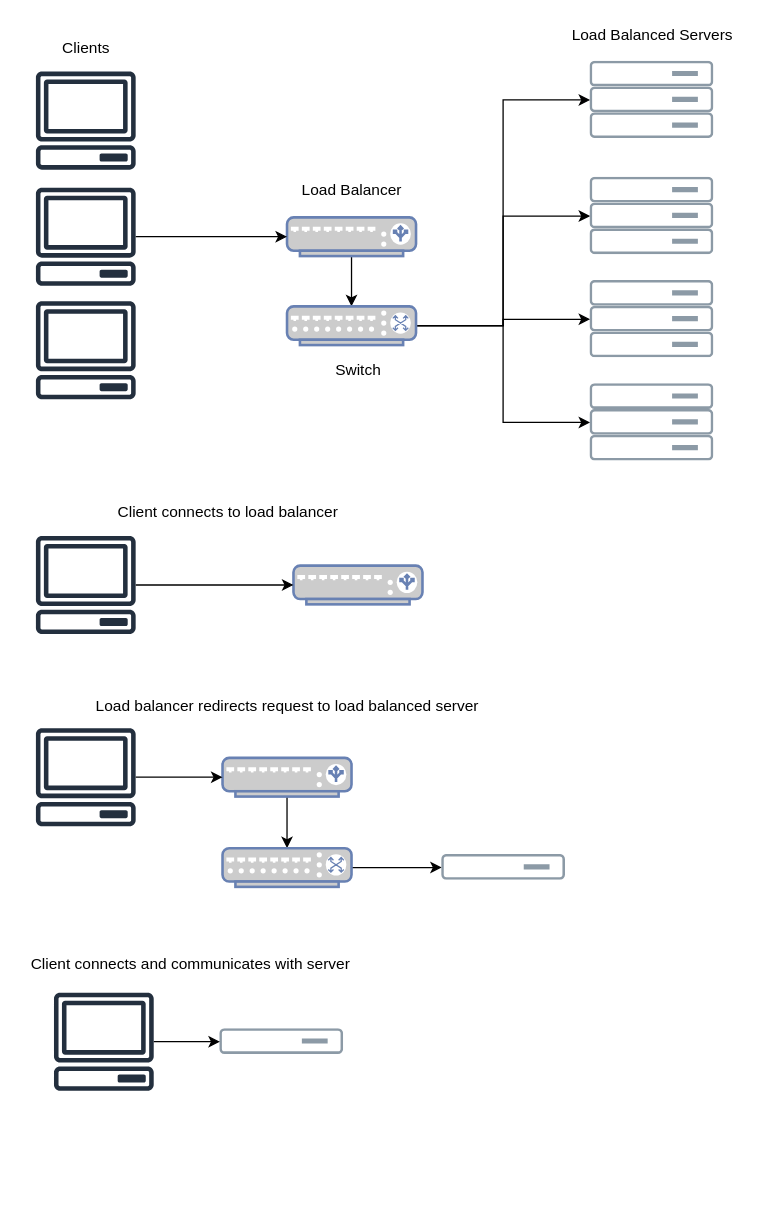
Above: drawings/ourImplementation.drawio in Stygain/virtualizing-gridlock-throughput-opinion (draw.io), before the change. Source tidied: cells renumbered, new cells numbered last; positions are measured from the earlier drawing's top-left corner, leaving out a move shared by most shapes. Both pictures are drawn from the tidied source at 129%, with x=0, y=0 at pixel (22, 22).
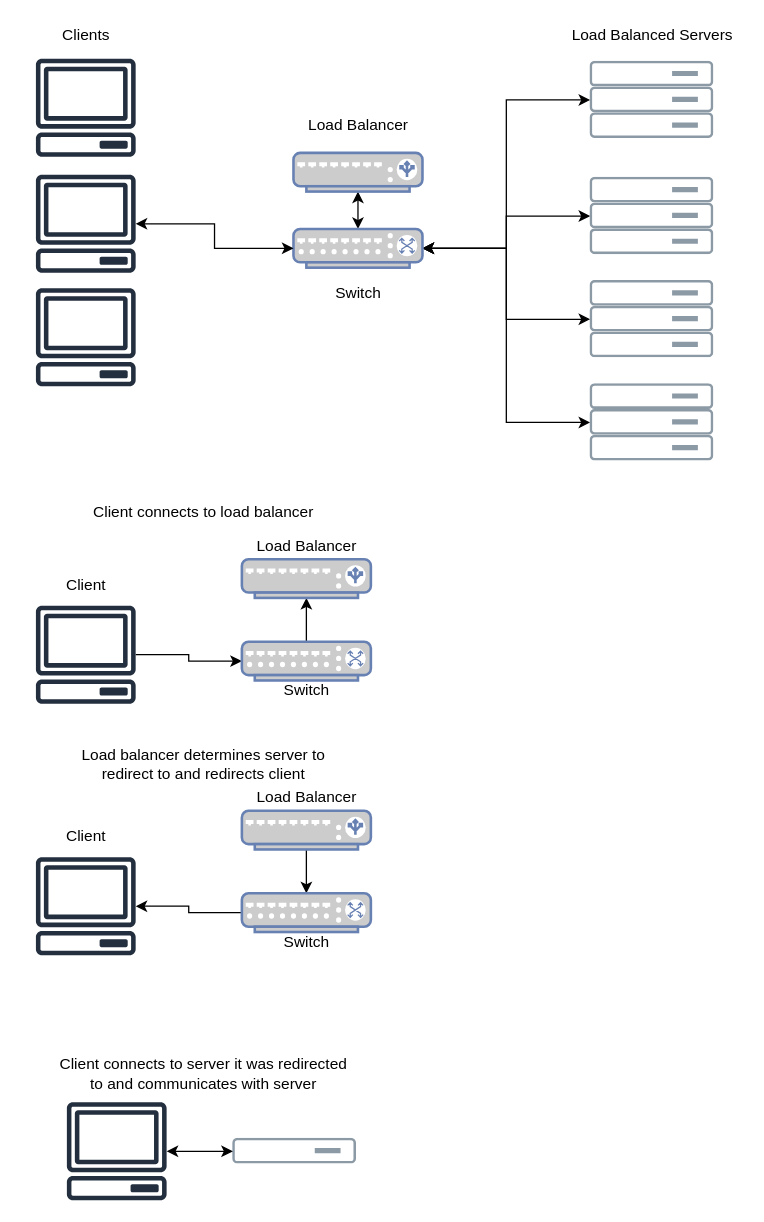
After the change.

Unchanged cells that the change refers to:
```xml
<mxCell id="11" style="perimeter=ellipsePerimeter;html=1;align=center;fontSize=12;verticalAlign=top;fontColor=#364149;shadow=0;dashed=0;image;image=img/lib/cumulus/server_bare_metal.svg;" parent="9" vertex="1">
  <mxGeometry y="20" width="96" height="20" as="geometry" />
</mxCell>
<mxCell id="15" style="perimeter=ellipsePerimeter;html=1;align=center;fontSize=12;verticalAlign=top;fontColor=#364149;shadow=0;dashed=0;image;image=img/lib/cumulus/server_bare_metal.svg;" parent="13" vertex="1">
  <mxGeometry y="20" width="96" height="20" as="geometry" />
</mxCell>
<mxCell id="19" style="perimeter=ellipsePerimeter;html=1;align=center;fontSize=12;verticalAlign=top;fontColor=#364149;shadow=0;dashed=0;image;image=img/lib/cumulus/server_bare_metal.svg;" parent="17" vertex="1">
  <mxGeometry y="20" width="96" height="20" as="geometry" />
</mxCell>
<mxCell id="23" style="perimeter=ellipsePerimeter;html=1;align=center;fontSize=12;verticalAlign=top;fontColor=#364149;shadow=0;dashed=0;image;image=img/lib/cumulus/server_bare_metal.svg;" parent="21" vertex="1">
  <mxGeometry y="20" width="96" height="20" as="geometry" />
</mxCell>
<mxCell id="28" style="outlineConnect=0;fontColor=#232F3E;gradientColor=none;fillColor=#232F3E;strokeColor=none;dashed=0;verticalLabelPosition=bottom;verticalAlign=top;align=center;html=1;fontSize=12;fontStyle=0;shape=mxgraph.aws4.client;" parent="26" vertex="1">
  <mxGeometry y="90" width="78" height="76" as="geometry" />
</mxCell>
<mxCell id="51" style="perimeter=ellipsePerimeter;html=1;align=center;fontSize=12;verticalAlign=top;fontColor=#364149;shadow=0;dashed=0;image;image=img/lib/cumulus/server_bare_metal.svg;" parent="50" vertex="1">
  <mxGeometry x="14" y="40" width="96" height="20" as="geometry" />
</mxCell>
```

Change to the diagram source:
```diff
@@
-    <mxCell id="2" style="edgeStyle=orthogonalEdgeStyle;rounded=0;jettySize=auto;html=1;exitX=0.5;exitY=1;exitDx=0;exitDy=0;exitPerimeter=0;entryX=0.5;entryY=0;entryDx=0;entryDy=0;entryPerimeter=0;" parent="1" edge="1" source="3" target="8">
+    <mxCell id="2" style="edgeStyle=orthogonalEdgeStyle;rounded=0;jettySize=auto;html=1;exitX=0.5;exitY=1;exitDx=0;exitDy=0;exitPerimeter=0;entryX=0.5;entryY=0;entryDx=0;entryDy=0;entryPerimeter=0;startArrow=classic;startFill=1;" parent="1" edge="1" source="3" target="8">
       <mxGeometry relative="1" as="geometry" />
     </mxCell>
     <mxCell id="3" style="fontColor=#0066CC;verticalAlign=top;verticalLabelPosition=bottom;labelPosition=center;align=center;html=1;outlineConnect=0;fillColor=#CCCCCC;strokeColor=#6881B3;gradientColor=none;gradientDirection=north;strokeWidth=2;shape=mxgraph.networks.load_balancer;" parent="1" vertex="1">
-      <mxGeometry x="205" y="151" width="100" height="30" as="geometry" />
+      <mxGeometry x="210" y="101" width="100" height="30" as="geometry" />
     </mxCell>
-    <mxCell id="4" style="edgeStyle=orthogonalEdgeStyle;rounded=0;jettySize=auto;html=1;exitX=1;exitY=0.5;exitDx=0;exitDy=0;exitPerimeter=0;entryX=0;entryY=0.5;entryDx=0;entryDy=0;" parent="1" edge="1" source="8" target="11">
+    <mxCell id="4" style="edgeStyle=orthogonalEdgeStyle;rounded=0;jettySize=auto;html=1;exitX=1;exitY=0.5;exitDx=0;exitDy=0;exitPerimeter=0;entryX=0;entryY=0.5;entryDx=0;entryDy=0;startArrow=classic;startFill=1;" parent="1" edge="1" source="8" target="11">
       <mxGeometry relative="1" as="geometry" />
     </mxCell>
-    <mxCell id="5" style="edgeStyle=orthogonalEdgeStyle;rounded=0;jettySize=auto;html=1;exitX=1;exitY=0.5;exitDx=0;exitDy=0;exitPerimeter=0;entryX=0;entryY=0.5;entryDx=0;entryDy=0;" parent="1" edge="1" source="8" target="15">
+    <mxCell id="5" style="edgeStyle=orthogonalEdgeStyle;rounded=0;jettySize=auto;html=1;exitX=1;exitY=0.5;exitDx=0;exitDy=0;exitPerimeter=0;entryX=0;entryY=0.5;entryDx=0;entryDy=0;startArrow=classic;startFill=1;" parent="1" edge="1" source="8" target="15">
       <mxGeometry relative="1" as="geometry" />
     </mxCell>
-    <mxCell id="6" style="edgeStyle=orthogonalEdgeStyle;rounded=0;jettySize=auto;html=1;exitX=1;exitY=0.5;exitDx=0;exitDy=0;exitPerimeter=0;entryX=0;entryY=0.5;entryDx=0;entryDy=0;" parent="1" edge="1" source="8" target="19">
+    <mxCell id="6" style="edgeStyle=orthogonalEdgeStyle;rounded=0;jettySize=auto;html=1;exitX=1;exitY=0.5;exitDx=0;exitDy=0;exitPerimeter=0;entryX=0;entryY=0.5;entryDx=0;entryDy=0;startArrow=classic;startFill=1;" parent="1" edge="1" source="8" target="19">
       <mxGeometry relative="1" as="geometry" />
     </mxCell>
-    <mxCell id="7" style="edgeStyle=orthogonalEdgeStyle;rounded=0;jettySize=auto;html=1;exitX=1;exitY=0.5;exitDx=0;exitDy=0;exitPerimeter=0;entryX=0;entryY=0.5;entryDx=0;entryDy=0;" parent="1" edge="1" source="8" target="23">
+    <mxCell id="7" style="edgeStyle=orthogonalEdgeStyle;rounded=0;jettySize=auto;html=1;exitX=1;exitY=0.5;exitDx=0;exitDy=0;exitPerimeter=0;entryX=0;entryY=0.5;entryDx=0;entryDy=0;startArrow=classic;startFill=1;" parent="1" edge="1" source="8" target="23">
       <mxGeometry relative="1" as="geometry" />
     </mxCell>
     <mxCell id="8" style="fontColor=#0066CC;verticalAlign=top;verticalLabelPosition=bottom;labelPosition=center;align=center;html=1;outlineConnect=0;fillColor=#CCCCCC;strokeColor=#6881B3;gradientColor=none;gradientDirection=north;strokeWidth=2;shape=mxgraph.networks.switch;" parent="1" vertex="1">
-      <mxGeometry x="205" y="220" width="100" height="30" as="geometry" />
+      <mxGeometry x="210" y="160" width="100" height="30" as="geometry" />
     </mxCell>
@@
-    <mxCell id="25" style="edgeStyle=orthogonalEdgeStyle;rounded=0;jettySize=auto;html=1;entryX=0;entryY=0.5;entryDx=0;entryDy=0;entryPerimeter=0;" parent="1" edge="1" source="28" target="3">
-      <mxGeometry relative="1" as="geometry" />
-    </mxCell>
     <mxCell id="26" style="group;" parent="1" vertex="1">
-      <mxGeometry x="10" y="38" width="78" height="254" as="geometry" />
+      <mxGeometry x="10" y="28" width="78" height="254" as="geometry" />
     </mxCell>
@@
     <mxCell id="30" value="Clients" style="text;html=1;align=center;verticalAlign=middle;fillColor=none;strokeColor=none;rounded=0;" parent="1" vertex="1">
-      <mxGeometry x="24" y="10" width="50" height="20" as="geometry" />
+      <mxGeometry x="24" width="50" height="20" as="geometry" />
     </mxCell>
     <mxCell id="31" value="Load Balancer" style="text;html=1;align=center;verticalAlign=middle;fillColor=none;strokeColor=none;rounded=0;" parent="1" vertex="1">
-      <mxGeometry x="210" y="120" width="90" height="20" as="geometry" />
+      <mxGeometry x="215" y="70" width="90" height="20" as="geometry" />
     </mxCell>
     <mxCell id="32" value="Switch" style="text;html=1;align=center;verticalAlign=middle;fillColor=none;strokeColor=none;rounded=0;" parent="1" vertex="1">
-      <mxGeometry x="235" y="260" width="50" height="20" as="geometry" />
+      <mxGeometry x="235" y="200" width="50" height="20" as="geometry" />
     </mxCell>
@@
+    <mxCell id="55" style="edgeStyle=orthogonalEdgeStyle;rounded=0;jettySize=auto;html=1;entryX=0.5;entryY=0;entryDx=0;entryDy=0;entryPerimeter=0;startArrow=classic;startFill=1;endArrow=none;endFill=0;" parent="1" edge="1" source="34" target="58">
+      <mxGeometry relative="1" as="geometry" />
+    </mxCell>
     <mxCell id="34" style="fontColor=#0066CC;verticalAlign=top;verticalLabelPosition=bottom;labelPosition=center;align=center;html=1;outlineConnect=0;fillColor=#CCCCCC;strokeColor=#6881B3;gradientColor=none;gradientDirection=north;strokeWidth=2;shape=mxgraph.networks.load_balancer;" parent="1" vertex="1">
-      <mxGeometry x="210" y="421" width="100" height="30" as="geometry" />
+      <mxGeometry x="170" y="416" width="100" height="30" as="geometry" />
     </mxCell>
@@
-    <mxCell id="38" style="edgeStyle=orthogonalEdgeStyle;rounded=0;jettySize=auto;html=1;entryX=0;entryY=0.5;entryDx=0;entryDy=0;entryPerimeter=0;" parent="1" edge="1" source="40" target="34">
-      <mxGeometry relative="1" as="geometry" />
-    </mxCell>
     <mxCell id="39" value="Client connects to load balancer" style="text;html=1;align=center;verticalAlign=middle;fillColor=none;strokeColor=none;rounded=0;" parent="1" vertex="1">
-      <mxGeometry x="64" y="370" width="190" height="20" as="geometry" />
+      <mxGeometry x="45" y="370" width="190" height="20" as="geometry" />
     </mxCell>
+    <mxCell id="56" style="edgeStyle=orthogonalEdgeStyle;rounded=0;jettySize=auto;html=1;entryX=0;entryY=0.5;entryDx=0;entryDy=0;entryPerimeter=0;startArrow=none;startFill=0;endArrow=classic;endFill=1;" parent="1" edge="1" source="40" target="58">
+      <mxGeometry relative="1" as="geometry" />
+    </mxCell>
     <mxCell id="40" style="outlineConnect=0;fontColor=#232F3E;gradientColor=none;fillColor=#232F3E;strokeColor=none;dashed=0;verticalLabelPosition=bottom;verticalAlign=top;align=center;html=1;fontSize=12;fontStyle=0;shape=mxgraph.aws4.client;" parent="1" vertex="1">
-      <mxGeometry x="10" y="398" width="78" height="76" as="geometry" />
+      <mxGeometry x="10" y="452" width="78" height="76" as="geometry" />
     </mxCell>
-    <mxCell id="41" style="edgeStyle=orthogonalEdgeStyle;rounded=0;jettySize=auto;html=1;exitX=0.5;exitY=1;exitDx=0;exitDy=0;exitPerimeter=0;entryX=0.5;entryY=0;entryDx=0;entryDy=0;entryPerimeter=0;" parent="1" edge="1" source="42" target="44">
-      <mxGeometry relative="1" as="geometry" />
-    </mxCell>
-    <mxCell id="42" style="fontColor=#0066CC;verticalAlign=top;verticalLabelPosition=bottom;labelPosition=center;align=center;html=1;outlineConnect=0;fillColor=#CCCCCC;strokeColor=#6881B3;gradientColor=none;gradientDirection=north;strokeWidth=2;shape=mxgraph.networks.load_balancer;" parent="1" vertex="1">
-      <mxGeometry x="155" y="570" width="100" height="30" as="geometry" />
-    </mxCell>
-    <mxCell id="43" style="edgeStyle=orthogonalEdgeStyle;rounded=0;jettySize=auto;html=1;exitX=1;exitY=0.5;exitDx=0;exitDy=0;exitPerimeter=0;entryX=0;entryY=0.5;entryDx=0;entryDy=0;" parent="1" edge="1" source="44" target="46">
-      <mxGeometry relative="1" as="geometry" />
-    </mxCell>
-    <mxCell id="44" style="fontColor=#0066CC;verticalAlign=top;verticalLabelPosition=bottom;labelPosition=center;align=center;html=1;outlineConnect=0;fillColor=#CCCCCC;strokeColor=#6881B3;gradientColor=none;gradientDirection=north;strokeWidth=2;shape=mxgraph.networks.switch;" parent="1" vertex="1">
-      <mxGeometry x="155" y="640" width="100" height="30" as="geometry" />
-    </mxCell>
-    <mxCell id="45" style="group;" parent="1" vertex="1">
-      <mxGeometry x="325" y="625" width="96" height="60" as="geometry" />
-    </mxCell>
-    <mxCell id="46" style="perimeter=ellipsePerimeter;html=1;align=center;fontSize=12;verticalAlign=top;fontColor=#364149;shadow=0;dashed=0;image;image=img/lib/cumulus/server_bare_metal.svg;" parent="45" vertex="1">
-      <mxGeometry y="20" width="96" height="20" as="geometry" />
-    </mxCell>
-    <mxCell id="47" style="edgeStyle=orthogonalEdgeStyle;rounded=0;jettySize=auto;html=1;entryX=0;entryY=0.5;entryDx=0;entryDy=0;entryPerimeter=0;" parent="1" edge="1" source="49" target="42">
-      <mxGeometry relative="1" as="geometry" />
-    </mxCell>
-    <mxCell id="48" value="Load balancer redirects request to load balanced server" style="text;html=1;align=center;verticalAlign=middle;fillColor=none;strokeColor=none;rounded=0;" parent="1" vertex="1">
-      <mxGeometry x="50" y="520" width="310" height="20" as="geometry" />
-    </mxCell>
-    <mxCell id="49" style="outlineConnect=0;fontColor=#232F3E;gradientColor=none;fillColor=#232F3E;strokeColor=none;dashed=0;verticalLabelPosition=bottom;verticalAlign=top;align=center;html=1;fontSize=12;fontStyle=0;shape=mxgraph.aws4.client;" parent="1" vertex="1">
-      <mxGeometry x="10" y="547" width="78" height="76" as="geometry" />
-    </mxCell>
     <mxCell id="50" style="group;" parent="1" vertex="1">
-      <mxGeometry x="139" y="740" width="96" height="60" as="geometry" />
+      <mxGeometry x="149" y="825" width="96" height="60" as="geometry" />
     </mxCell>
@@
-    <mxCell id="52" value="Client connects and communicates with server" style="text;html=1;align=center;verticalAlign=middle;fillColor=none;strokeColor=none;rounded=0;" parent="1" vertex="1">
-      <mxGeometry y="720" width="260" height="20" as="geometry" />
+    <mxCell id="52" value="Client connects to server it was redirected&lt;br&gt;to and communicates with server" style="text;html=1;align=center;verticalAlign=middle;fillColor=none;strokeColor=none;rounded=0;" parent="1" vertex="1">
+      <mxGeometry x="20" y="800" width="240" height="30" as="geometry" />
     </mxCell>
-    <mxCell id="53" style="edgeStyle=orthogonalEdgeStyle;rounded=0;jettySize=auto;html=1;entryX=0;entryY=0.5;entryDx=0;entryDy=0;" parent="1" edge="1" source="54" target="51">
+    <mxCell id="53" style="edgeStyle=orthogonalEdgeStyle;rounded=0;jettySize=auto;html=1;entryX=0;entryY=0.5;entryDx=0;entryDy=0;startArrow=classic;startFill=1;" parent="1" edge="1" source="54" target="51">
       <mxGeometry relative="1" as="geometry" />
     </mxCell>
     <mxCell id="54" style="outlineConnect=0;fontColor=#232F3E;gradientColor=none;fillColor=#232F3E;strokeColor=none;dashed=0;verticalLabelPosition=bottom;verticalAlign=top;align=center;html=1;fontSize=12;fontStyle=0;shape=mxgraph.aws4.client;" parent="1" vertex="1">
-      <mxGeometry x="24" y="752" width="78" height="76" as="geometry" />
+      <mxGeometry x="34" y="837" width="78" height="76" as="geometry" />
     </mxCell>
+    <mxCell id="57" style="edgeStyle=orthogonalEdgeStyle;rounded=0;jettySize=auto;html=1;entryX=0;entryY=0.5;entryDx=0;entryDy=0;entryPerimeter=0;startArrow=classic;startFill=1;" parent="1" edge="1" source="28" target="8">
+      <mxGeometry relative="1" as="geometry" />
+    </mxCell>
+    <mxCell id="58" style="fontColor=#0066CC;verticalAlign=top;verticalLabelPosition=bottom;labelPosition=center;align=center;html=1;outlineConnect=0;fillColor=#CCCCCC;strokeColor=#6881B3;gradientColor=none;gradientDirection=north;strokeWidth=2;shape=mxgraph.networks.switch;" parent="1" vertex="1">
+      <mxGeometry x="170" y="480" width="100" height="30" as="geometry" />
+    </mxCell>
+    <mxCell id="59" value="Switch" style="text;html=1;align=center;verticalAlign=middle;fillColor=none;strokeColor=none;rounded=0;" parent="1" vertex="1">
+      <mxGeometry x="195" y="508" width="50" height="20" as="geometry" />
+    </mxCell>
+    <mxCell id="60" value="Load Balancer" style="text;html=1;align=center;verticalAlign=middle;fillColor=none;strokeColor=none;rounded=0;" parent="1" vertex="1">
+      <mxGeometry x="175" y="396" width="90" height="20" as="geometry" />
+    </mxCell>
+    <mxCell id="61" value="Client" style="text;html=1;align=center;verticalAlign=middle;fillColor=none;strokeColor=none;rounded=0;" parent="1" vertex="1">
+      <mxGeometry x="24" y="426" width="50" height="20" as="geometry" />
+    </mxCell>
+    <mxCell id="62" style="edgeStyle=orthogonalEdgeStyle;rounded=0;jettySize=auto;html=1;entryX=0.5;entryY=0;entryDx=0;entryDy=0;entryPerimeter=0;startArrow=none;startFill=0;endArrow=classic;endFill=1;" parent="1" edge="1" source="63" target="67">
+      <mxGeometry relative="1" as="geometry" />
+    </mxCell>
+    <mxCell id="63" style="fontColor=#0066CC;verticalAlign=top;verticalLabelPosition=bottom;labelPosition=center;align=center;html=1;outlineConnect=0;fillColor=#CCCCCC;strokeColor=#6881B3;gradientColor=none;gradientDirection=north;strokeWidth=2;shape=mxgraph.networks.load_balancer;" parent="1" vertex="1">
+      <mxGeometry x="170" y="611" width="100" height="30" as="geometry" />
+    </mxCell>
+    <mxCell id="64" value="Load balancer determines server to&lt;br&gt;redirect to and redirects client" style="text;html=1;align=center;verticalAlign=middle;fillColor=none;strokeColor=none;rounded=0;" parent="1" vertex="1">
+      <mxGeometry x="40" y="560" width="200" height="30" as="geometry" />
+    </mxCell>
+    <mxCell id="65" style="edgeStyle=orthogonalEdgeStyle;rounded=0;jettySize=auto;html=1;entryX=0;entryY=0.5;entryDx=0;entryDy=0;entryPerimeter=0;startArrow=classic;startFill=1;endArrow=none;endFill=0;" parent="1" edge="1" source="66" target="67">
+      <mxGeometry relative="1" as="geometry" />
+    </mxCell>
+    <mxCell id="66" style="outlineConnect=0;fontColor=#232F3E;gradientColor=none;fillColor=#232F3E;strokeColor=none;dashed=0;verticalLabelPosition=bottom;verticalAlign=top;align=center;html=1;fontSize=12;fontStyle=0;shape=mxgraph.aws4.client;" parent="1" vertex="1">
+      <mxGeometry x="10" y="647" width="78" height="76" as="geometry" />
+    </mxCell>
+    <mxCell id="67" style="fontColor=#0066CC;verticalAlign=top;verticalLabelPosition=bottom;labelPosition=center;align=center;html=1;outlineConnect=0;fillColor=#CCCCCC;strokeColor=#6881B3;gradientColor=none;gradientDirection=north;strokeWidth=2;shape=mxgraph.networks.switch;" parent="1" vertex="1">
+      <mxGeometry x="170" y="675" width="100" height="30" as="geometry" />
+    </mxCell>
+    <mxCell id="68" value="Switch" style="text;html=1;align=center;verticalAlign=middle;fillColor=none;strokeColor=none;rounded=0;" parent="1" vertex="1">
+      <mxGeometry x="195" y="703" width="50" height="20" as="geometry" />
+    </mxCell>
+    <mxCell id="69" value="Load Balancer" style="text;html=1;align=center;verticalAlign=middle;fillColor=none;strokeColor=none;rounded=0;" parent="1" vertex="1">
+      <mxGeometry x="175" y="591" width="90" height="20" as="geometry" />
+    </mxCell>
+    <mxCell id="70" value="Client" style="text;html=1;align=center;verticalAlign=middle;fillColor=none;strokeColor=none;rounded=0;" parent="1" vertex="1">
+      <mxGeometry x="24" y="621" width="50" height="20" as="geometry" />
+    </mxCell>
```
